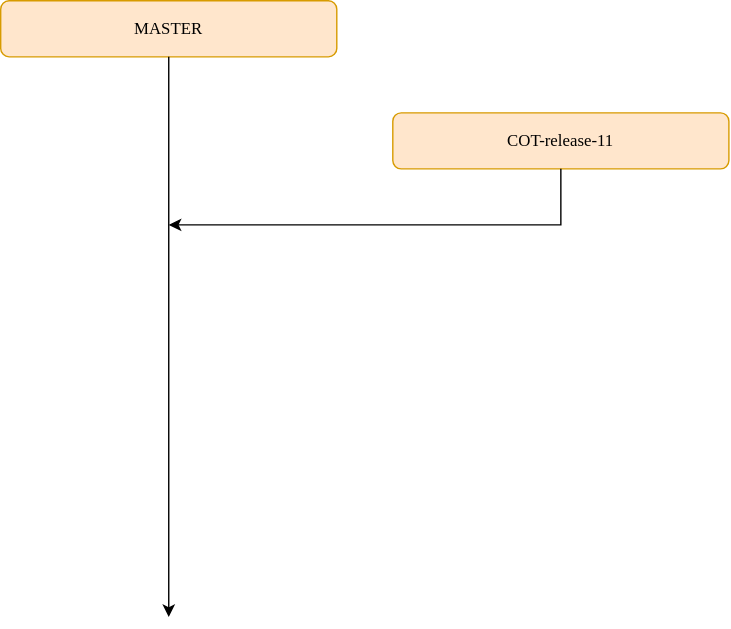
Earlier version of the draw.io export Git-flow.drawio.svg (alexander-lyakhov/draw.io). Source tidied: cells renumbered, new cells last; positions are measured from the earlier drawing's top-left corner, leaving out a move shared by most shapes.
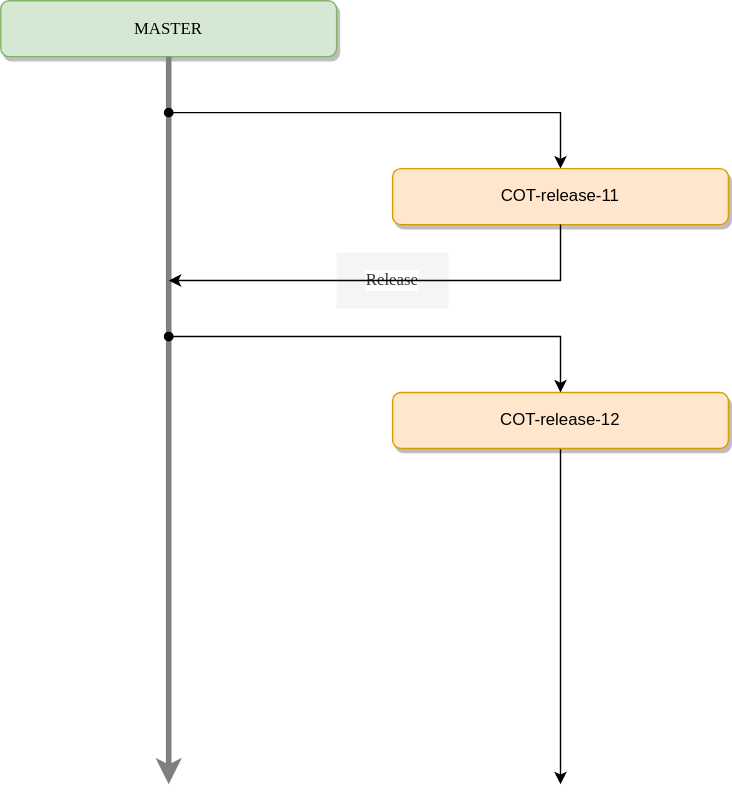
Above is the later version.

Diff of the diagram source:
```diff
@@ -2,24 +2,51 @@
   <root>
     <mxCell id="0" />
     <mxCell id="1" parent="0" />
-    <mxCell id="2" value="MASTER" style="rounded=1;whiteSpace=wrap;html=1;fillColor=#ffe6cc;strokeColor=#d79b00;fontFamily=Verdana;" parent="1" vertex="1">
+    <mxCell id="2" value="MASTER" style="rounded=1;whiteSpace=wrap;html=1;fillColor=#d5e8d4;strokeColor=#82b366;fontFamily=Verdana;shadow=1;glass=0;" parent="1" vertex="1">
       <mxGeometry width="240" height="40" as="geometry" />
     </mxCell>
-    <mxCell id="3" style="endArrow=classic;html=1;rounded=0;exitX=0.5;exitY=1;exitDx=0;exitDy=0;" parent="1" edge="1" source="2">
+    <mxCell id="3" style="endArrow=classic;html=1;rounded=0;exitX=0.5;exitY=1;exitDx=0;exitDy=0;curved=0;shadow=0;strokeWidth=4;strokeColor=#808080;" parent="1" edge="1" source="2">
       <mxGeometry relative="1" as="geometry">
-        <mxPoint x="120" y="440" as="targetPoint" />
+        <mxPoint x="120" y="560" as="targetPoint" />
       </mxGeometry>
     </mxCell>
+    <mxCell id="6" value="Release" style="text;html=1;align=center;verticalAlign=middle;whiteSpace=wrap;rounded=0;fontFamily=Verdana;labelBackgroundColor=default;labelBorderColor=none;fillColor=#f5f5f5;fontColor=#333333;strokeColor=none;" parent="1" vertex="1">
+      <mxGeometry x="240" y="180" width="80" height="40" as="geometry" />
+    </mxCell>
+    <mxCell id="7" style="edgeStyle=orthogonalEdgeStyle;rounded=0;jettySize=auto;html=1;exitX=0.5;exitY=1;exitDx=0;exitDy=0;" parent="1" edge="1" source="8">
+      <mxGeometry relative="1" as="geometry">
+        <mxPoint x="400" y="560" as="targetPoint" />
+      </mxGeometry>
+    </mxCell>
+    <mxCell id="8" value="COT-release-12" style="rounded=1;whiteSpace=wrap;html=1;fillColor=#ffe6cc;strokeColor=#d79b00;shadow=1;" parent="1" vertex="1">
+      <mxGeometry x="280" y="280" width="240" height="40" as="geometry" />
+    </mxCell>
+    <mxCell id="9" style="endArrow=classic;html=1;rounded=0;entryX=0.5;entryY=0;entryDx=0;entryDy=0;startArrow=oval;startFill=1;" parent="1" edge="1" target="8">
+      <mxGeometry relative="1" as="geometry">
+        <mxPoint x="120" y="240" as="sourcePoint" />
+        <Array as="points">
+          <mxPoint x="400" y="240" />
+        </Array>
+      </mxGeometry>
+    </mxCell>
-    <mxCell id="4" value="COT-release-11" style="rounded=1;whiteSpace=wrap;html=1;fillColor=#ffe6cc;strokeColor=#d79b00;fontFamily=Verdana;" parent="1" vertex="1">
-      <mxGeometry x="280" y="80" width="240" height="40" as="geometry" />
+    <mxCell id="4" value="COT-release-11" style="rounded=1;whiteSpace=wrap;html=1;fillColor=#ffe6cc;strokeColor=#d79b00;shadow=1;" parent="1" vertex="1">
+      <mxGeometry x="280" y="120" width="240" height="40" as="geometry" />
     </mxCell>
-    <mxCell id="5" style="endArrow=classic;html=1;rounded=0;exitX=0.5;exitY=1;exitDx=0;exitDy=0;" parent="1" edge="1" source="4">
+    <mxCell id="5" style="endArrow=classic;html=1;rounded=0;exitX=0.5;exitY=1;exitDx=0;exitDy=0;strokeWidth=1;strokeColor=#000000;" parent="1" edge="1" source="4">
       <mxGeometry relative="1" as="geometry">
-        <mxPoint x="120" y="160" as="targetPoint" />
+        <mxPoint x="120" y="200" as="targetPoint" />
         <Array as="points">
-          <mxPoint x="400" y="160" />
+          <mxPoint x="400" y="200" />
         </Array>
       </mxGeometry>
     </mxCell>
+    <mxCell id="10" style="endArrow=classic;html=1;rounded=0;entryX=0.5;entryY=0;entryDx=0;entryDy=0;startArrow=oval;startFill=1;strokeWidth=1;strokeColor=#000000;" parent="1" edge="1" target="4">
+      <mxGeometry relative="1" as="geometry">
+        <mxPoint x="120" y="80" as="sourcePoint" />
+        <Array as="points">
+          <mxPoint x="400" y="80" />
+        </Array>
+      </mxGeometry>
+    </mxCell>
   </root>
 </mxGraphModel>
```
